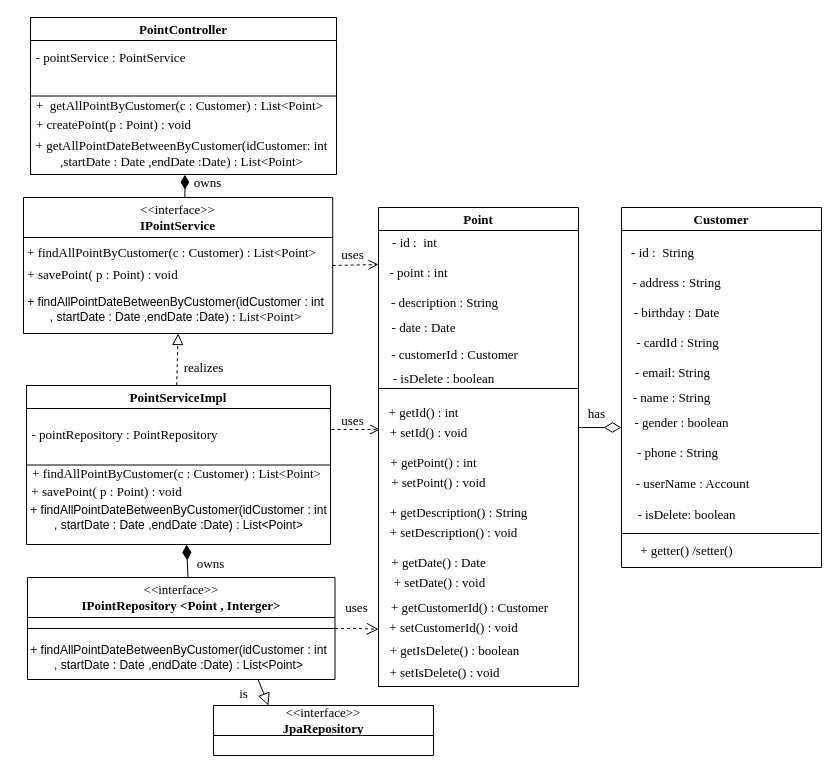
This is page "class_diagram_user_management_point" (1 of 5) of Module_6/[A0422I1]_DetailDesign_TriLHH/[A0422I1]_DetailDesign_TriLHH.drawio from LHHT-DISCOVERY/Code-Gym-A0422I1-HuuTri, a draw.io file, before an edit. Source tidied: cells renumbered, new cells numbered last; positions are measured from the earlier drawing's top-left corner, leaving out a move shared by most shapes. Both pictures are drawn from the tidied source at 100%, with x=0, y=0 at pixel (17, 17).
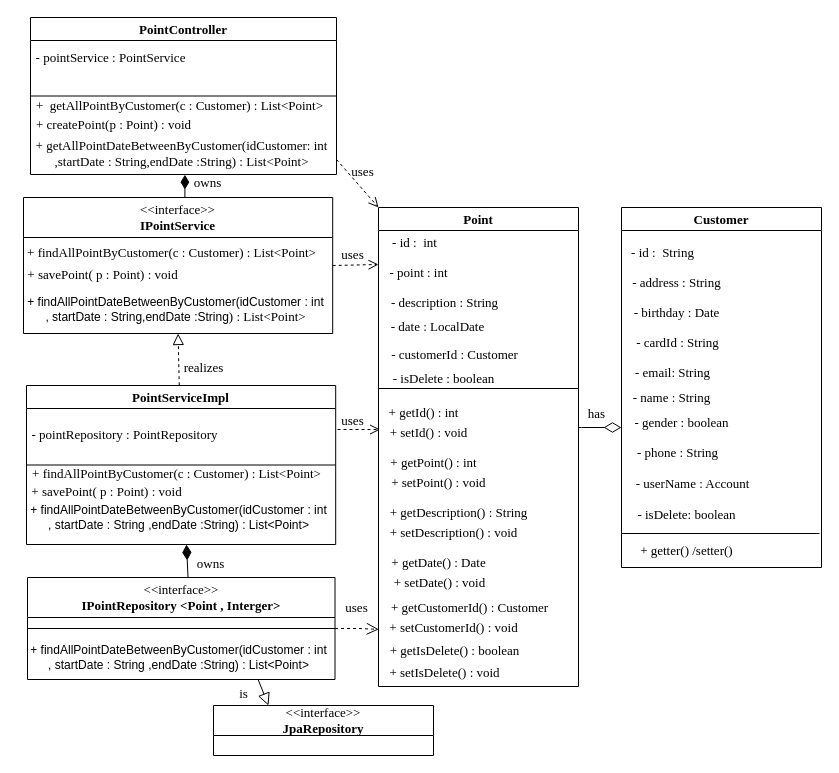
The same page after the edit.

Unchanged cells that the change refers to:
```xml
<mxCell id="2" value="PointController" style="swimlane;whiteSpace=wrap;html=1;fontFamily=Times New Roman;fontSize=13;" parent="1" vertex="1">
  <mxGeometry x="13" width="306" height="157" as="geometry" />
</mxCell>
<mxCell id="8" value="&lt;span style=&quot;font-weight: normal; font-size: 13px;&quot;&gt;&amp;lt;&amp;lt;interface&amp;gt;&amp;gt;&lt;/span&gt;&lt;br style=&quot;font-size: 13px;&quot;&gt;IPointService" style="swimlane;whiteSpace=wrap;html=1;startSize=40;fontFamily=Times New Roman;fontSize=13;" parent="1" vertex="1">
  <mxGeometry x="6" y="180" width="309.2" height="136" as="geometry" />
</mxCell>
<mxCell id="18" value="&lt;span style=&quot;font-weight: normal; font-size: 13px;&quot;&gt;&amp;lt;&amp;lt;interface&amp;gt;&amp;gt;&lt;/span&gt;&lt;br style=&quot;font-size: 13px;&quot;&gt;IPointRepository &amp;lt;Point , Interger&amp;gt;" style="swimlane;whiteSpace=wrap;html=1;startSize=40;fontFamily=Times New Roman;fontSize=13;" parent="1" vertex="1">
  <mxGeometry x="10" y="560" width="307.5" height="102" as="geometry" />
</mxCell>
<mxCell id="23" value="Point" style="swimlane;whiteSpace=wrap;html=1;fontFamily=Times New Roman;fontSize=13;" parent="1" vertex="1">
  <mxGeometry x="361" y="190" width="200" height="479" as="geometry" />
</mxCell>
<mxCell id="30" value="+ setId() : void" style="text;html=1;align=center;verticalAlign=middle;points=[];strokeColor=none;fillColor=none;fontFamily=Times New Roman;fontSize=13;" parent="23" vertex="1">
  <mxGeometry x="2" y="211" width="96" height="28" as="geometry" />
</mxCell>
```

What changed in the source:
```diff
@@
-    <mxCell id="6" value="+ getAllPointDateBetweenByCustomer(idCustomer: int&lt;br&gt;,startDate : Date ,endDate :Date) : List&amp;lt;Point&amp;gt;" style="text;html=1;align=center;verticalAlign=middle;points=[];strokeColor=none;fillColor=none;fontFamily=Times New Roman;fontSize=13;" parent="2" vertex="1">
+    <mxCell id="6" value="+ getAllPointDateBetweenByCustomer(idCustomer: int&lt;br&gt;,startDate : String,endDate :String) : List&amp;lt;Point&amp;gt;" style="text;html=1;align=center;verticalAlign=middle;points=[];strokeColor=none;fillColor=none;fontFamily=Times New Roman;fontSize=13;" parent="2" vertex="1">
       <mxGeometry x="-4" y="114" width="310" height="43" as="geometry" />
     </mxCell>
@@
-    <mxCell id="11" value="+ findAllPointDateBetweenByCustomer(idCustomer : int&lt;br style=&quot;border-color: var(--border-color); font-family: &amp;quot;Times New Roman&amp;quot;; font-size: 13px;&quot;&gt;,&amp;nbsp;startDate : Date ,endDate :Date&lt;span style=&quot;font-family: &amp;quot;Times New Roman&amp;quot;; font-size: 13px;&quot;&gt;) : List&amp;lt;Point&amp;gt;&lt;/span&gt;" style="text;html=1;align=center;verticalAlign=middle;strokeColor=none;fillColor=none;" parent="8" vertex="1">
+    <mxCell id="11" value="+ findAllPointDateBetweenByCustomer(idCustomer : int&lt;br style=&quot;border-color: var(--border-color); font-family: &amp;quot;Times New Roman&amp;quot;; font-size: 13px;&quot;&gt;,&amp;nbsp;startDate : String,endDate :String&lt;span style=&quot;font-family: &amp;quot;Times New Roman&amp;quot;; font-size: 13px;&quot;&gt;) : List&amp;lt;Point&amp;gt;&lt;/span&gt;" style="text;html=1;align=center;verticalAlign=middle;strokeColor=none;fillColor=none;" parent="8" vertex="1">
       <mxGeometry x="-4.8" y="91" width="314" height="42" as="geometry" />
     </mxCell>
     <mxCell id="12" value="PointServiceImpl" style="swimlane;whiteSpace=wrap;html=1;fontFamily=Times New Roman;fontSize=13;" parent="1" vertex="1">
-      <mxGeometry x="9" y="368" width="304" height="159" as="geometry" />
+      <mxGeometry x="9" y="368" width="309.2" height="159" as="geometry" />
     </mxCell>
@@
-    <mxCell id="16" value="+ findAllPointDateBetweenByCustomer(idCustomer : int&lt;br style=&quot;border-color: var(--border-color); font-family: &amp;quot;Times New Roman&amp;quot;; font-size: 13px;&quot;&gt;, startDate : Date ,endDate :Date) : List&amp;lt;Point&amp;gt;" style="text;html=1;align=center;verticalAlign=middle;strokeColor=none;fillColor=none;" parent="12" vertex="1">
+    <mxCell id="16" value="+ findAllPointDateBetweenByCustomer(idCustomer : int&lt;br style=&quot;border-color: var(--border-color); font-family: &amp;quot;Times New Roman&amp;quot;; font-size: 13px;&quot;&gt;, startDate : String ,endDate :String) : List&amp;lt;Point&amp;gt;" style="text;html=1;align=center;verticalAlign=middle;strokeColor=none;fillColor=none;" parent="12" vertex="1">
       <mxGeometry x="-4.8" y="111" width="314" height="41" as="geometry" />
     </mxCell>
@@
-    <mxCell id="19" value="+ findAllPointDateBetweenByCustomer(idCustomer : int&lt;br style=&quot;border-color: var(--border-color); font-family: &amp;quot;Times New Roman&amp;quot;; font-size: 13px;&quot;&gt;, startDate : Date ,endDate :Date) : List&amp;lt;Point&amp;gt;" style="text;html=1;align=center;verticalAlign=middle;strokeColor=none;fillColor=none;" parent="18" vertex="1">
+    <mxCell id="19" value="+ findAllPointDateBetweenByCustomer(idCustomer : int&lt;br style=&quot;border-color: var(--border-color); font-family: &amp;quot;Times New Roman&amp;quot;; font-size: 13px;&quot;&gt;, startDate : String ,endDate :String) : List&amp;lt;Point&amp;gt;" style="text;html=1;align=center;verticalAlign=middle;strokeColor=none;fillColor=none;" parent="18" vertex="1">
       <mxGeometry x="-6.5" y="59" width="314" height="41" as="geometry" />
     </mxCell>
@@
-    <mxCell id="27" value="- date : Date" style="text;html=1;align=center;verticalAlign=middle;strokeColor=none;fillColor=none;fontFamily=Times New Roman;fontSize=13;" parent="23" vertex="1">
-      <mxGeometry x="4" y="106" width="82" height="28" as="geometry" />
+    <mxCell id="27" value="- date :&amp;nbsp;LocalDate" style="text;html=1;align=center;verticalAlign=middle;strokeColor=none;fillColor=none;fontFamily=Times New Roman;fontSize=13;" parent="23" vertex="1">
+      <mxGeometry x="3" y="105" width="111" height="28" as="geometry" />
     </mxCell>
@@
     <mxCell id="69" style="edgeStyle=orthogonalEdgeStyle;rounded=0;jettySize=auto;html=1;endSize=8;endArrow=open;endFill=0;dashed=1;fontFamily=Times New Roman;fontSize=13;entryX=-0.004;entryY=0.394;entryDx=0;entryDy=0;entryPerimeter=0;" parent="1" edge="1" target="30">
       <mxGeometry relative="1" as="geometry">
-        <mxPoint x="314" y="412" as="sourcePoint" />
+        <mxPoint x="320" y="412" as="sourcePoint" />
         <Array as="points">
           <mxPoint x="323" y="412" />
         </Array>
       </mxGeometry>
     </mxCell>
@@
+    <mxCell id="71" style="endArrow=open;html=1;rounded=0;exitX=1;exitY=0.5;exitDx=0;exitDy=0;dashed=1;strokeWidth=1;endFill=0;endSize=8;fontFamily=Times New Roman;fontSize=13;entryX=0;entryY=0;entryDx=0;entryDy=0;" parent="1" edge="1" target="23">
+      <mxGeometry relative="1" as="geometry">
+        <mxPoint x="319" y="142" as="sourcePoint" />
+      </mxGeometry>
+    </mxCell>
+    <mxCell id="72" value="uses" style="text;html=1;align=center;verticalAlign=middle;strokeColor=none;fillColor=none;fontFamily=Times New Roman;fontSize=13;" parent="1" vertex="1">
+      <mxGeometry x="325" y="140" width="40" height="28" as="geometry" />
+    </mxCell>
```
